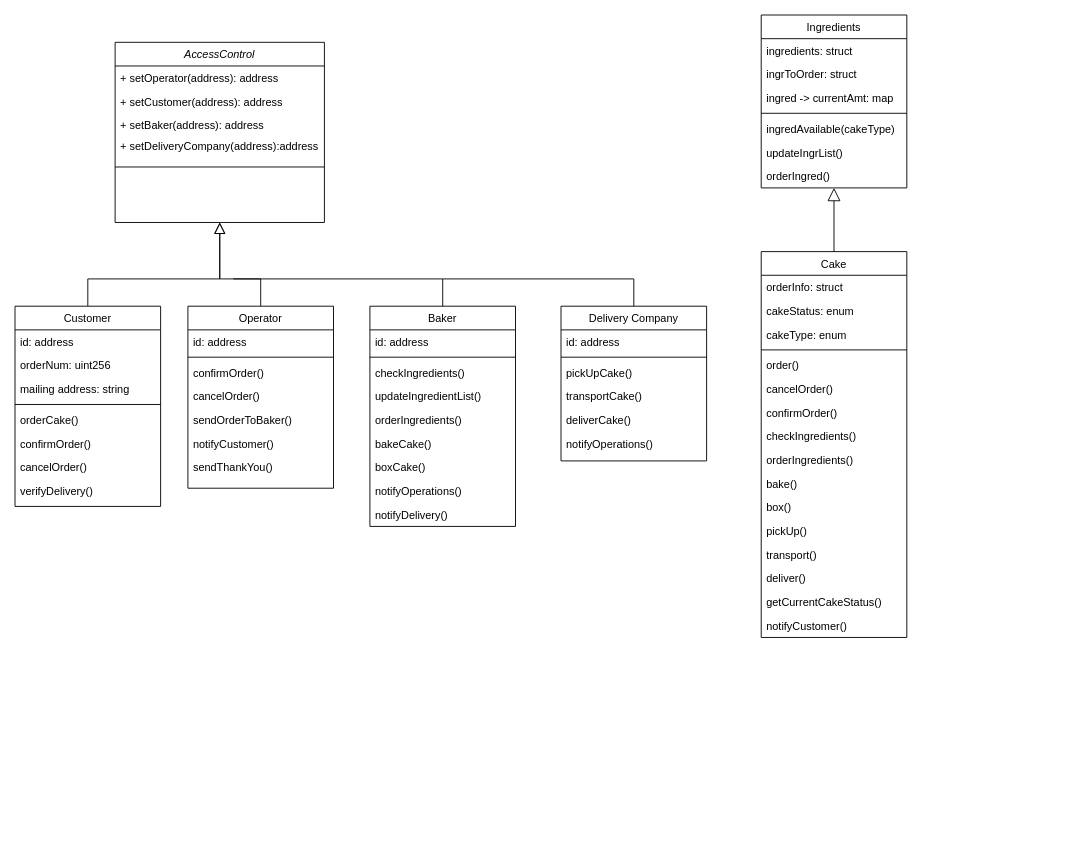
This is planning/Cake O&D Diagram.drawio from ligipop/PlanningSolutions, a draw.io file, before an edit. Source tidied: cells renumbered, new cells numbered last; positions are measured from the earlier drawing's top-left corner, leaving out a move shared by most shapes. Both pictures are drawn from the tidied source at 91%, with x=0, y=0 at pixel (15, 15).
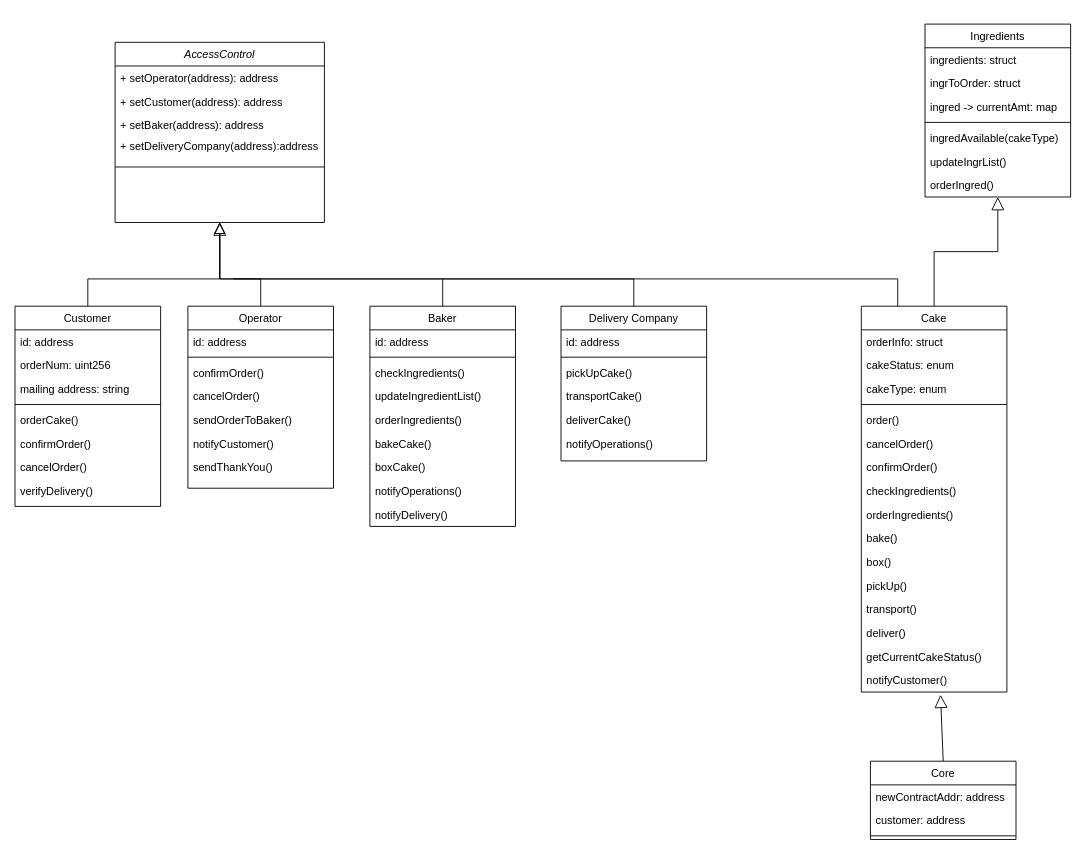
The same diagram, later.

Unchanged cells that the change refers to:
```xml
<mxCell id="2" value="AccessControl" style="swimlane;fontStyle=2;align=center;verticalAlign=top;horizontal=1;startSize=26;rounded=0;shadow=0;strokeWidth=1;" parent="1" vertex="1">
  <mxGeometry x="110" y="30" width="230" height="198" as="geometry" />
</mxCell>
<mxCell id="25" value="notifyCustomer()" style="text;align=left;verticalAlign=top;spacingLeft=4;spacingRight=4;overflow=hidden;points=[[0,0.5],[1,0.5]];portConstraint=eastwest;" parent="9" vertex="1">
  <mxGeometry y="398" width="160" height="26" as="geometry" />
</mxCell>
```

The edit, as a diff of the source:
```diff
@@
     <mxCell id="9" value="Cake" style="swimlane;fontStyle=0;align=center;verticalAlign=top;horizontal=1;startSize=26;rounded=0;shadow=0;strokeWidth=1;" parent="1" vertex="1">
-      <mxGeometry x="820" y="260" width="160" height="424" as="geometry" />
+      <mxGeometry x="930" y="320" width="160" height="424" as="geometry" />
     </mxCell>
@@
     <mxCell id="63" value="Ingredients" style="swimlane;fontStyle=0;align=center;verticalAlign=top;horizontal=1;startSize=26;" parent="1" vertex="1">
-      <mxGeometry x="820" width="160" height="190" as="geometry" />
+      <mxGeometry x="1000" y="10" width="160" height="190" as="geometry" />
     </mxCell>
@@
     <mxCell id="71" style="edgeStyle=none;html=1;endSize=12;endArrow=block;endFill=0;rounded=0;exitX=0.5;exitY=0;exitDx=0;exitDy=0;entryX=0.5;entryY=1;entryDx=0;entryDy=0;" parent="1" edge="1" source="9" target="63">
-      <mxGeometry relative="1" as="geometry" />
+      <mxGeometry relative="1" as="geometry">
+        <Array as="points">
+          <mxPoint x="1010" y="260" />
+          <mxPoint x="1080" y="260" />
+        </Array>
+      </mxGeometry>
     </mxCell>
+    <mxCell id="72" style="edgeStyle=none;html=1;endSize=12;endArrow=block;endFill=0;rounded=0;exitX=0.25;exitY=0;exitDx=0;exitDy=0;entryX=0.5;entryY=1;entryDx=0;entryDy=0;" parent="1" edge="1" source="9" target="2">
+      <mxGeometry relative="1" as="geometry">
+        <Array as="points">
+          <mxPoint x="970" y="290" />
+          <mxPoint x="225" y="290" />
+        </Array>
+      </mxGeometry>
+    </mxCell>
+    <mxCell id="73" value="Core" style="swimlane;fontStyle=0;align=center;verticalAlign=top;horizontal=1;startSize=26;" parent="1" vertex="1">
+      <mxGeometry x="940" y="820" width="160" height="86" as="geometry" />
+    </mxCell>
+    <mxCell id="74" value="newContractAddr: address" style="text;strokeColor=none;fillColor=none;align=left;verticalAlign=top;spacingLeft=4;spacingRight=4;overflow=hidden;" parent="73" vertex="1">
+      <mxGeometry y="26" width="160" height="26" as="geometry" />
+    </mxCell>
+    <mxCell id="75" value="customer: address" style="text;strokeColor=none;fillColor=none;align=left;verticalAlign=top;spacingLeft=4;spacingRight=4;overflow=hidden;" parent="73" vertex="1">
+      <mxGeometry y="52" width="160" height="26" as="geometry" />
+    </mxCell>
+    <mxCell id="76" style="line;strokeWidth=1;fillColor=none;align=left;verticalAlign=middle;spacingTop=-1;spacingLeft=3;spacingRight=3;labelPosition=right;" parent="73" vertex="1">
+      <mxGeometry y="78" width="160" height="8" as="geometry" />
+    </mxCell>
+    <mxCell id="77" style="edgeStyle=none;html=1;endSize=12;endArrow=block;endFill=0;rounded=0;entryX=0.544;entryY=1.115;entryDx=0;entryDy=0;entryPerimeter=0;exitX=0.5;exitY=0;exitDx=0;exitDy=0;" parent="1" edge="1" source="73" target="25">
+      <mxGeometry relative="1" as="geometry" />
+    </mxCell>
```
